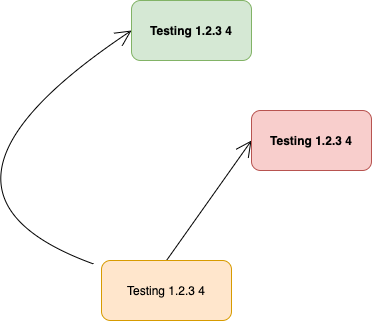
Above: Test Embedding.drawio.png in philip-gai/github-drawio-demo (draw.io), before the change. Source tidied: cells renumbered, new cells last; positions are measured from the earlier drawing's top-left corner, leaving out a move shared by most shapes.
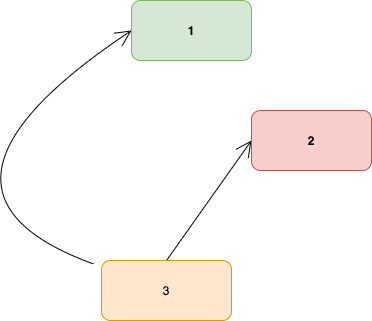
Later version of the same file.

What changed in the source:
```diff
@@ -2,7 +2,7 @@
   <root>
     <mxCell id="0" />
     <mxCell id="1" parent="0" />
-    <mxCell id="2" value="Testing 1.2.3 4" style="rounded=1;whiteSpace=wrap;html=1;fillColor=#d5e8d4;strokeColor=#82b366;fontStyle=1;" parent="1" vertex="1">
+    <mxCell id="2" value="1" style="rounded=1;whiteSpace=wrap;html=1;fillColor=#d5e8d4;strokeColor=#82b366;fontStyle=1;" parent="1" vertex="1">
       <mxGeometry x="240" width="120" height="60" as="geometry" />
     </mxCell>
     <mxCell id="3" style="edgeStyle=none;jettySize=auto;html=1;entryX=0;entryY=0.5;entryDx=0;entryDy=0;endArrow=open;startSize=14;endSize=14;sourcePerimeterSpacing=8;targetPerimeterSpacing=8;exitX=0.5;exitY=0;exitDx=0;exitDy=0;strokeColor=default;curved=1;" parent="1" edge="1" source="5" target="6">
@@ -15,10 +15,10 @@
         </Array>
       </mxGeometry>
     </mxCell>
-    <mxCell id="5" value="Testing 1.2.3 4" style="rounded=1;whiteSpace=wrap;html=1;fillColor=#ffe6cc;strokeColor=#d79b00;" parent="1" vertex="1">
+    <mxCell id="5" value="3" style="rounded=1;whiteSpace=wrap;html=1;fillColor=#ffe6cc;strokeColor=#d79b00;" parent="1" vertex="1">
       <mxGeometry x="210" y="260" width="130" height="60" as="geometry" />
     </mxCell>
-    <mxCell id="6" value="Testing 1.2.3 4" style="rounded=1;whiteSpace=wrap;html=1;fillColor=#f8cecc;strokeColor=#b85450;fontStyle=1;" parent="1" vertex="1">
+    <mxCell id="6" value="2" style="rounded=1;whiteSpace=wrap;html=1;fillColor=#f8cecc;strokeColor=#b85450;fontStyle=1;" parent="1" vertex="1">
       <mxGeometry x="360" y="110" width="120" height="60" as="geometry" />
     </mxCell>
   </root>
```
